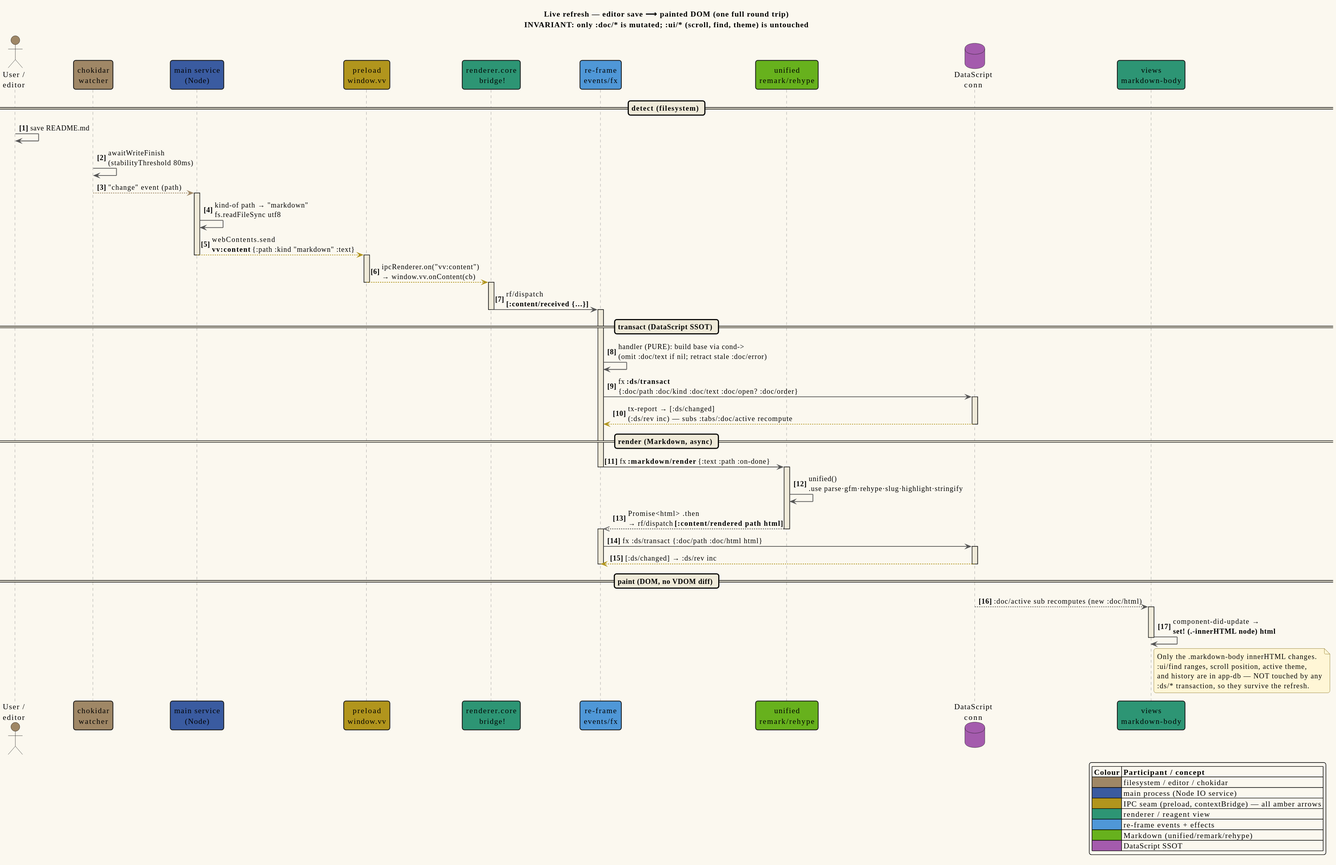
Earlier version of the PlantUML export docs/diagrams/seq-live-refresh.svg (vinary-tree/vinary-viewer). Its source is kept beside it as docs/diagrams/seq-live-refresh.puml. Source of this version:
```plantuml
@startuml seq-live-refresh
!include _vv-theme.iuml

title Live refresh — editor save ⟶ painted DOM (one full round trip)\nINVARIANT: only :doc/* is mutated; :ui/* (scroll, find, theme) is untouched

autonumber "<b>[0]"

actor "User /\neditor" as ED #9F8766
participant "chokidar\nwatcher" as CK #9F8766
participant "main service\n(Node)" as SVC #3A5BA0
participant "preload\nwindow.vv" as PL #B1951D
participant "renderer.core\n bridge!" as BR #2D9574
participant "re-frame\nevents/fx" as RF #4F97D7
participant "unified\nremark/rehype" as MD #67B11D
database "DataScript\nconn" as DS #A45BAD
participant "views\nmarkdown-body" as V #2D9574

== detect (filesystem) ==
ED -> ED : save README.md
CK -> CK : awaitWriteFinish\n(stabilityThreshold 80ms)
CK -[#9F8766]-> SVC : "change" event (path)
activate SVC
SVC -> SVC : kind-of path → "markdown"\nfs.readFileSync utf8
SVC -[#B1951D]-> PL : webContents.send\n**vv:content** {:path :kind "markdown" :text}
deactivate SVC
activate PL
PL -[#B1951D]-> BR : ipcRenderer.on("vv:content")\n→ window.vv.onContent(cb)
deactivate PL
activate BR
BR -> RF : rf/dispatch\n**[:content/received {…}]**
deactivate BR

== transact (DataScript SSOT) ==
activate RF
RF -> RF : handler (PURE): build base via cond->\n(omit :doc/text if nil; retract stale :doc/error)
RF -> DS : fx **:ds/transact**\n{:doc/path :doc/kind :doc/text :doc/open? :doc/order}
activate DS
DS -[#B1951D]-> RF : tx-report → [:ds/changed]\n(:ds/rev inc)  — subs :tabs/:doc/active recompute
deactivate DS

== render (Markdown, async) ==
RF -> MD : fx **:markdown/render** {:text :path :on-done}
deactivate RF
activate MD
MD -> MD : unified()\n.use parse·gfm·rehype·slug·highlight·stringify
MD -->> RF : Promise<html> .then\n→ rf/dispatch **[:content/rendered path html]**
deactivate MD
activate RF
RF -> DS : fx :ds/transact {:doc/path :doc/html html}
activate DS
DS -[#B1951D]-> RF : [:ds/changed] → :ds/rev inc
deactivate DS
deactivate RF

== paint (DOM, no VDOM diff) ==
DS --> V : :doc/active sub recomputes (new :doc/html)
activate V
V -> V : component-did-update →\n**set! (.-innerHTML node) html**
note right of V #FFF6D6
  Only the .markdown-body innerHTML changes.
  :ui/find ranges, scroll position, active theme,
  and history are in app-db — NOT touched by any
  :ds/* transaction, so they survive the refresh.
end note
deactivate V

legend right
  |= Colour |= Participant / concept |
  |<#9F8766>| filesystem / editor / chokidar |
  |<#3A5BA0>| main process (Node IO service) |
  |<#B1951D>| IPC seam (preload, contextBridge) — all amber arrows |
  |<#2D9574>| renderer / reagent view |
  |<#4F97D7>| re-frame events + effects |
  |<#67B11D>| Markdown (unified/remark/rehype) |
  |<#A45BAD>| DataScript SSOT |
endlegend
@enduml
```
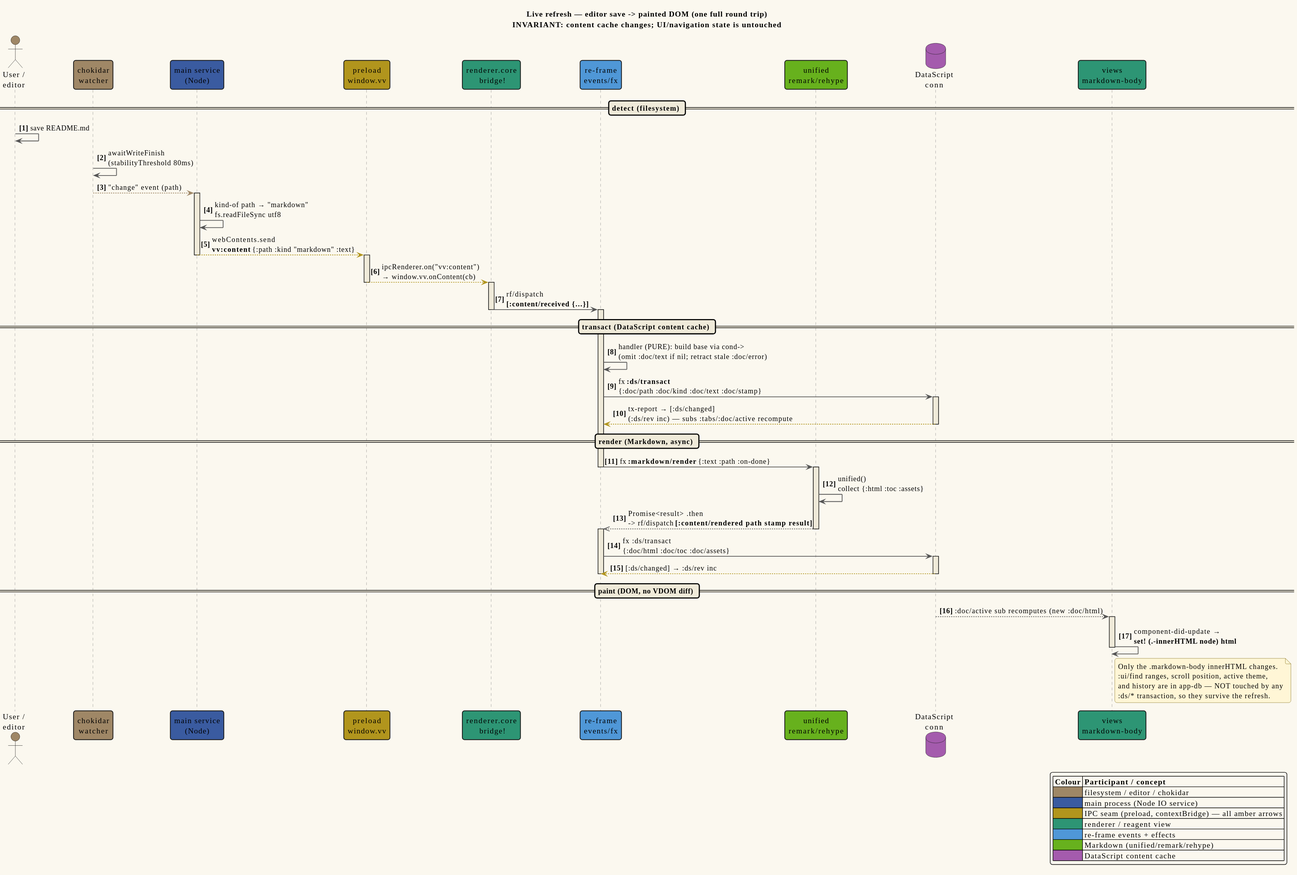
After the commit.

Diff of the diagram source:
```diff
@@ -1,7 +1,7 @@
 @startuml seq-live-refresh
 !include _vv-theme.iuml
 
-title Live refresh — editor save ⟶ painted DOM (one full round trip)\nINVARIANT: only :doc/* is mutated; :ui/* (scroll, find, theme) is untouched
+title Live refresh — editor save -> painted DOM (one full round trip)\nINVARIANT: content cache changes; UI/navigation state is untouched
 
 autonumber "<b>[0]"
 
@@ -30,10 +30,10 @@
 BR -> RF : rf/dispatch\n**[:content/received {…}]**
 deactivate BR
 
-== transact (DataScript SSOT) ==
+== transact (DataScript content cache) ==
 activate RF
 RF -> RF : handler (PURE): build base via cond->\n(omit :doc/text if nil; retract stale :doc/error)
-RF -> DS : fx **:ds/transact**\n{:doc/path :doc/kind :doc/text :doc/open? :doc/order}
+RF -> DS : fx **:ds/transact**\n{:doc/path :doc/kind :doc/text :doc/stamp}
 activate DS
 DS -[#B1951D]-> RF : tx-report → [:ds/changed]\n(:ds/rev inc)  — subs :tabs/:doc/active recompute
 deactivate DS
@@ -42,11 +42,11 @@
 RF -> MD : fx **:markdown/render** {:text :path :on-done}
 deactivate RF
 activate MD
-MD -> MD : unified()\n.use parse·gfm·rehype·slug·highlight·stringify
-MD -->> RF : Promise<html> .then\n→ rf/dispatch **[:content/rendered path html]**
+MD -> MD : unified()\ncollect {:html :toc :assets}
+MD -->> RF : Promise<result> .then\n-> rf/dispatch **[:content/rendered path stamp result]**
 deactivate MD
 activate RF
-RF -> DS : fx :ds/transact {:doc/path :doc/html html}
+RF -> DS : fx :ds/transact\n{:doc/html :doc/toc :doc/assets}
 activate DS
 DS -[#B1951D]-> RF : [:ds/changed] → :ds/rev inc
 deactivate DS
@@ -72,6 +72,6 @@
   |<#2D9574>| renderer / reagent view |
   |<#4F97D7>| re-frame events + effects |
   |<#67B11D>| Markdown (unified/remark/rehype) |
-  |<#A45BAD>| DataScript SSOT |
+  |<#A45BAD>| DataScript content cache |
 endlegend
 @enduml
```
